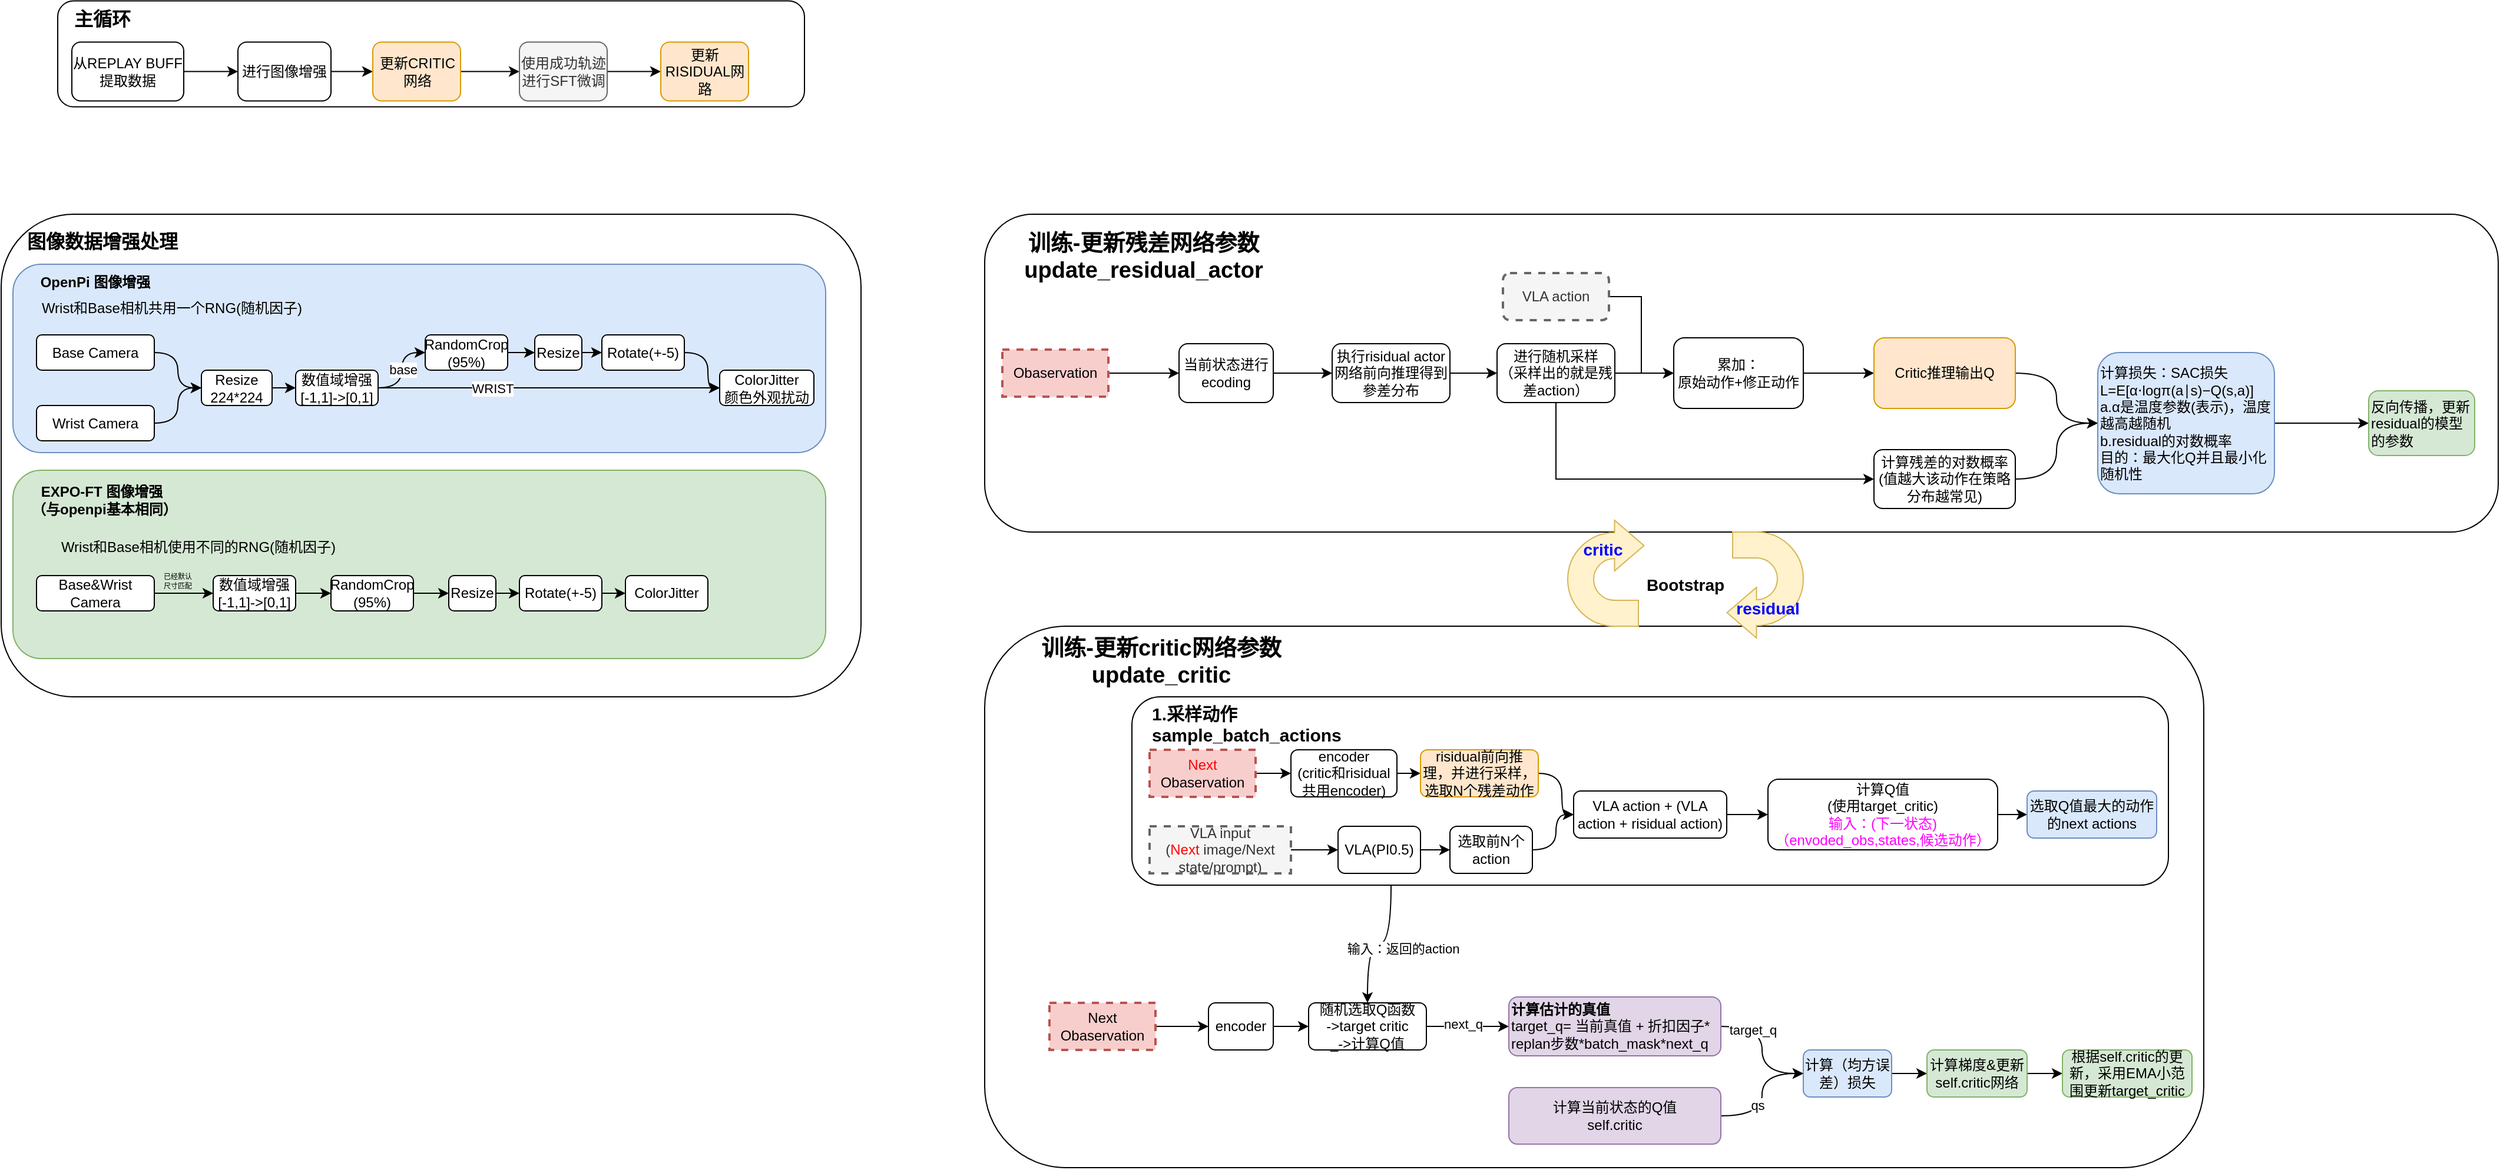
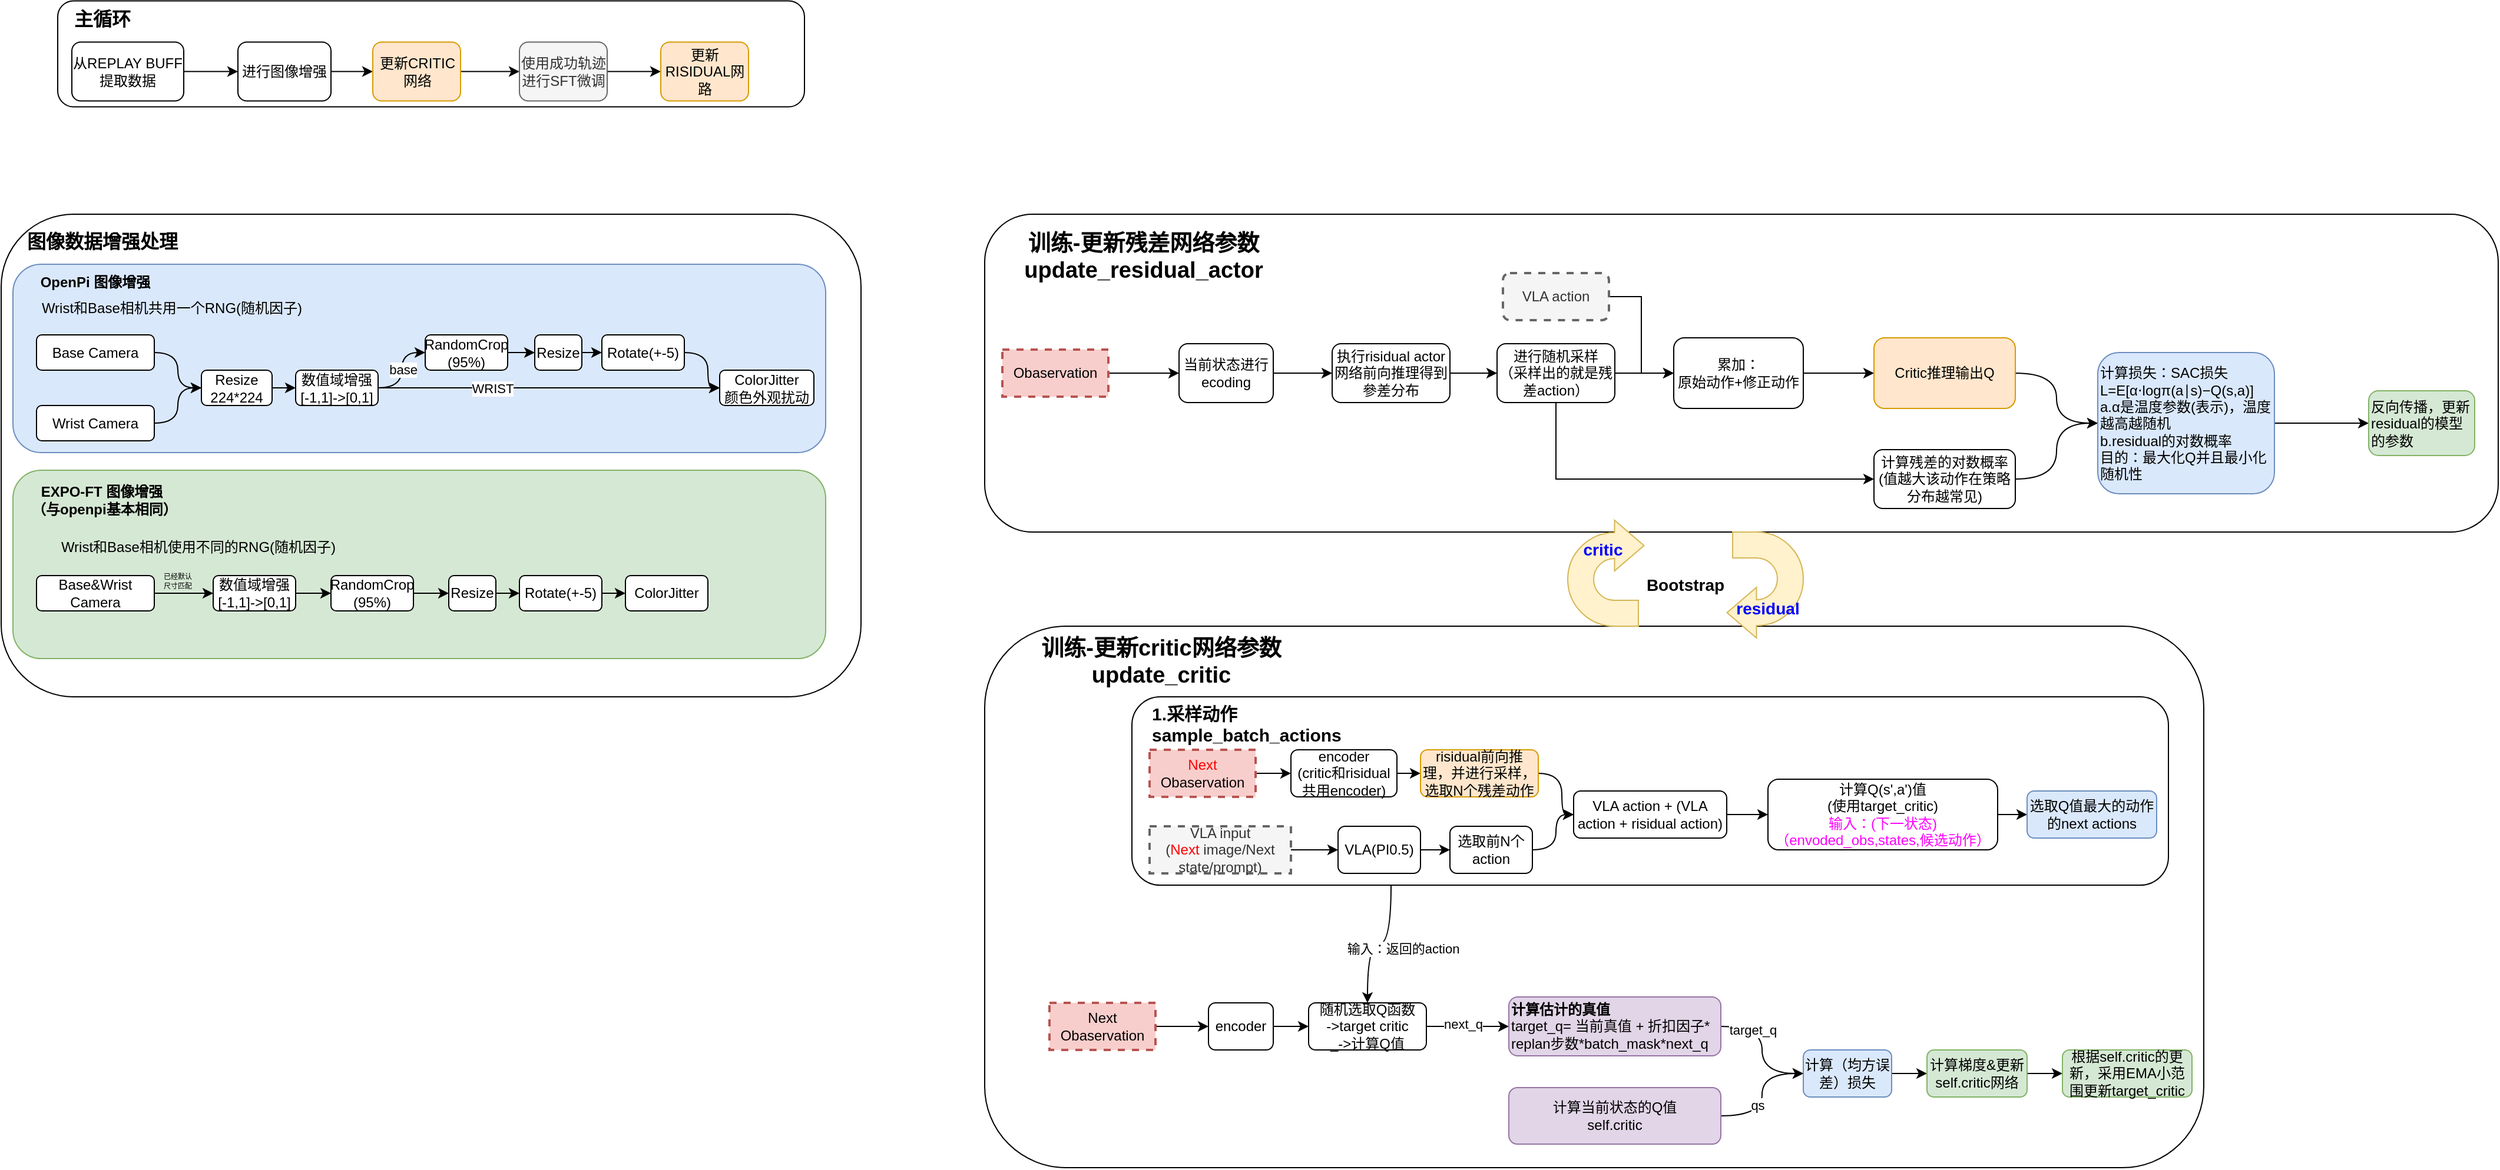
<mxfile host="app.diagrams.net">
  <diagram name="第 1 页" id="Xl2nalXjscSPXPMrPieM">
    <mxGraphModel dx="2328" dy="1052" grid="1" gridSize="10" guides="1" tooltips="1" connect="1" arrows="1" fold="1" page="1" pageScale="1" pageWidth="827" pageHeight="1169" math="0" shadow="0">
      <root>
        <mxCell id="0" />
        <mxCell id="1" parent="0" />
        <mxCell id="5m5IZYSdE89hOnIhnB_D-146" parent="1" style="rounded=1;whiteSpace=wrap;html=1;" value="" vertex="1">
          <mxGeometry height="90" width="634" x="-842" y="8.75" as="geometry" />
        </mxCell>
        <mxCell id="5m5IZYSdE89hOnIhnB_D-129" parent="1" style="rounded=1;whiteSpace=wrap;html=1;" value="" vertex="1">
          <mxGeometry height="410" width="730" x="-890" y="190" as="geometry" />
        </mxCell>
        <mxCell id="5m5IZYSdE89hOnIhnB_D-127" parent="1" style="rounded=1;whiteSpace=wrap;html=1;fillColor=#d5e8d4;strokeColor=#82b366;" value="" vertex="1">
          <mxGeometry height="160" width="690" x="-880" y="407.5" as="geometry" />
        </mxCell>
        <mxCell id="5m5IZYSdE89hOnIhnB_D-126" parent="1" style="rounded=1;whiteSpace=wrap;html=1;fillColor=#dae8fc;strokeColor=#6c8ebf;" value="" vertex="1">
          <mxGeometry height="160" width="690" x="-880" y="232.5" as="geometry" />
        </mxCell>
        <mxCell id="5m5IZYSdE89hOnIhnB_D-75" parent="1" style="rounded=1;whiteSpace=wrap;html=1;" value="" vertex="1">
          <mxGeometry height="460" width="1035" x="-55" y="540" as="geometry" />
        </mxCell>
        <mxCell id="5m5IZYSdE89hOnIhnB_D-59" edge="1" parent="1" source="5m5IZYSdE89hOnIhnB_D-50" style="edgeStyle=orthogonalEdgeStyle;curved=1;rounded=0;orthogonalLoop=1;jettySize=auto;html=1;exitX=0.25;exitY=1;exitDx=0;exitDy=0;entryX=0.5;entryY=0;entryDx=0;entryDy=0;" target="5m5IZYSdE89hOnIhnB_D-56">
          <mxGeometry relative="1" as="geometry" />
        </mxCell>
        <mxCell id="5m5IZYSdE89hOnIhnB_D-60" connectable="0" parent="5m5IZYSdE89hOnIhnB_D-59" style="edgeLabel;html=1;align=center;verticalAlign=middle;resizable=0;points=[];" value="输入：返回的action" vertex="1">
          <mxGeometry relative="1" x="-0.1644" y="4" as="geometry">
            <mxPoint x="10" as="offset" />
          </mxGeometry>
        </mxCell>
        <mxCell id="5m5IZYSdE89hOnIhnB_D-22" parent="1" style="rounded=1;whiteSpace=wrap;html=1;" value="" vertex="1">
          <mxGeometry height="270" width="1285" x="-55" y="190" as="geometry" />
        </mxCell>
        <mxCell id="5m5IZYSdE89hOnIhnB_D-3" edge="1" parent="1" source="5m5IZYSdE89hOnIhnB_D-1" style="edgeStyle=orthogonalEdgeStyle;rounded=0;orthogonalLoop=1;jettySize=auto;html=1;" target="5m5IZYSdE89hOnIhnB_D-2" value="">
          <mxGeometry relative="1" as="geometry" />
        </mxCell>
        <mxCell id="5m5IZYSdE89hOnIhnB_D-1" parent="1" style="rounded=1;whiteSpace=wrap;html=1;" value="当前状态进行ecoding" vertex="1">
          <mxGeometry height="50" width="80" x="110" y="300" as="geometry" />
        </mxCell>
        <mxCell id="5m5IZYSdE89hOnIhnB_D-5" edge="1" parent="1" source="5m5IZYSdE89hOnIhnB_D-2" style="edgeStyle=orthogonalEdgeStyle;rounded=0;orthogonalLoop=1;jettySize=auto;html=1;" target="5m5IZYSdE89hOnIhnB_D-4" value="">
          <mxGeometry relative="1" as="geometry" />
        </mxCell>
        <mxCell id="5m5IZYSdE89hOnIhnB_D-2" parent="1" style="rounded=1;whiteSpace=wrap;html=1;" value="执行risidual actor网络前向推理得到參差分布" vertex="1">
          <mxGeometry height="50" width="100" x="240" y="300" as="geometry" />
        </mxCell>
        <mxCell id="5m5IZYSdE89hOnIhnB_D-7" edge="1" parent="1" source="5m5IZYSdE89hOnIhnB_D-4" style="edgeStyle=orthogonalEdgeStyle;rounded=0;orthogonalLoop=1;jettySize=auto;html=1;exitX=0.5;exitY=1;exitDx=0;exitDy=0;entryX=0;entryY=0.5;entryDx=0;entryDy=0;" target="5m5IZYSdE89hOnIhnB_D-6" value="">
          <mxGeometry relative="1" as="geometry" />
        </mxCell>
        <mxCell id="5m5IZYSdE89hOnIhnB_D-14" edge="1" parent="1" source="5m5IZYSdE89hOnIhnB_D-4" style="edgeStyle=orthogonalEdgeStyle;rounded=0;orthogonalLoop=1;jettySize=auto;html=1;exitX=1;exitY=0.5;exitDx=0;exitDy=0;entryX=0;entryY=0.5;entryDx=0;entryDy=0;" target="5m5IZYSdE89hOnIhnB_D-12">
          <mxGeometry relative="1" as="geometry" />
        </mxCell>
        <mxCell id="5m5IZYSdE89hOnIhnB_D-4" parent="1" style="rounded=1;whiteSpace=wrap;html=1;" value="进行随机采样&lt;br&gt;（采样出的就是残差action）" vertex="1">
          <mxGeometry height="50" width="100" x="380" y="300" as="geometry" />
        </mxCell>
        <mxCell id="5m5IZYSdE89hOnIhnB_D-19" edge="1" parent="1" source="5m5IZYSdE89hOnIhnB_D-6" style="edgeStyle=orthogonalEdgeStyle;rounded=0;orthogonalLoop=1;jettySize=auto;html=1;exitX=1;exitY=0.5;exitDx=0;exitDy=0;entryX=0;entryY=0.5;entryDx=0;entryDy=0;curved=1;" target="5m5IZYSdE89hOnIhnB_D-17">
          <mxGeometry relative="1" as="geometry" />
        </mxCell>
        <mxCell id="5m5IZYSdE89hOnIhnB_D-6" parent="1" style="rounded=1;whiteSpace=wrap;html=1;" value="计算残差的对数概率&lt;br&gt;(值越大该动作在策略分布越常见)" vertex="1">
          <mxGeometry height="50" width="120" x="700" y="390" as="geometry" />
        </mxCell>
        <mxCell id="5m5IZYSdE89hOnIhnB_D-9" edge="1" parent="1" source="5m5IZYSdE89hOnIhnB_D-8" style="edgeStyle=orthogonalEdgeStyle;rounded=0;orthogonalLoop=1;jettySize=auto;html=1;exitX=1;exitY=0.5;exitDx=0;exitDy=0;entryX=0;entryY=0.5;entryDx=0;entryDy=0;" target="5m5IZYSdE89hOnIhnB_D-1">
          <mxGeometry relative="1" as="geometry" />
        </mxCell>
        <mxCell id="5m5IZYSdE89hOnIhnB_D-8" parent="1" style="rounded=0;whiteSpace=wrap;html=1;fillColor=#f8cecc;strokeColor=#b85450;dashed=1;strokeWidth=2;" value="Obaservation" vertex="1">
          <mxGeometry height="40" width="90" x="-40" y="305" as="geometry" />
        </mxCell>
        <mxCell id="5m5IZYSdE89hOnIhnB_D-13" edge="1" parent="1" source="5m5IZYSdE89hOnIhnB_D-10" style="edgeStyle=orthogonalEdgeStyle;rounded=0;orthogonalLoop=1;jettySize=auto;html=1;exitX=1;exitY=0.5;exitDx=0;exitDy=0;entryX=0;entryY=0.5;entryDx=0;entryDy=0;" target="5m5IZYSdE89hOnIhnB_D-12">
          <mxGeometry relative="1" as="geometry" />
        </mxCell>
        <mxCell id="5m5IZYSdE89hOnIhnB_D-10" parent="1" style="rounded=1;whiteSpace=wrap;html=1;fillColor=#f5f5f5;fontColor=#333333;strokeColor=#666666;dashed=1;strokeWidth=2;" value="VLA action" vertex="1">
          <mxGeometry height="40" width="90" x="385" y="240" as="geometry" />
        </mxCell>
        <mxCell id="5m5IZYSdE89hOnIhnB_D-16" edge="1" parent="1" source="5m5IZYSdE89hOnIhnB_D-12" style="edgeStyle=orthogonalEdgeStyle;rounded=0;orthogonalLoop=1;jettySize=auto;html=1;exitX=1;exitY=0.5;exitDx=0;exitDy=0;entryX=0;entryY=0.5;entryDx=0;entryDy=0;" target="5m5IZYSdE89hOnIhnB_D-15">
          <mxGeometry relative="1" as="geometry" />
        </mxCell>
        <mxCell id="5m5IZYSdE89hOnIhnB_D-12" parent="1" style="rounded=1;whiteSpace=wrap;html=1;" value="累加：&lt;br&gt;原始动作+修正动作" vertex="1">
          <mxGeometry height="60" width="110" x="530" y="295" as="geometry" />
        </mxCell>
        <mxCell id="5m5IZYSdE89hOnIhnB_D-18" edge="1" parent="1" source="5m5IZYSdE89hOnIhnB_D-15" style="edgeStyle=orthogonalEdgeStyle;rounded=0;orthogonalLoop=1;jettySize=auto;html=1;exitX=1;exitY=0.5;exitDx=0;exitDy=0;entryX=0;entryY=0.5;entryDx=0;entryDy=0;curved=1;" target="5m5IZYSdE89hOnIhnB_D-17">
          <mxGeometry relative="1" as="geometry" />
        </mxCell>
        <mxCell id="5m5IZYSdE89hOnIhnB_D-15" parent="1" style="rounded=1;whiteSpace=wrap;html=1;fillColor=#ffe6cc;strokeColor=#d79b00;" value="Critic推理输出Q" vertex="1">
          <mxGeometry height="60" width="120" x="700" y="295" as="geometry" />
        </mxCell>
        <mxCell id="5m5IZYSdE89hOnIhnB_D-21" edge="1" parent="1" source="5m5IZYSdE89hOnIhnB_D-17" style="edgeStyle=orthogonalEdgeStyle;curved=1;rounded=0;orthogonalLoop=1;jettySize=auto;html=1;" target="5m5IZYSdE89hOnIhnB_D-20" value="">
          <mxGeometry relative="1" as="geometry" />
        </mxCell>
        <mxCell id="5m5IZYSdE89hOnIhnB_D-17" parent="1" style="rounded=1;whiteSpace=wrap;html=1;align=left;fillColor=#dae8fc;strokeColor=#6c8ebf;" value="计算损失：SAC损失&lt;br&gt;L=E[α⋅logπ(a∣s)−Q(s,a)]&lt;div&gt;a.α是温度参数(表示)，温度越高越随机&lt;br&gt;b.residual的对数概率&lt;br&gt;目的：最大化Q并且最小化随机性&lt;/div&gt;" vertex="1">
          <mxGeometry height="120" width="150" x="890" y="307.5" as="geometry" />
        </mxCell>
        <mxCell id="5m5IZYSdE89hOnIhnB_D-20" parent="1" style="rounded=1;whiteSpace=wrap;html=1;align=left;fillColor=#d5e8d4;strokeColor=#82b366;" value="反向传播，更新residual的模型的参数" vertex="1">
          <mxGeometry height="55" width="90" x="1120" y="340" as="geometry" />
        </mxCell>
        <mxCell id="5m5IZYSdE89hOnIhnB_D-23" parent="1" style="text;html=1;whiteSpace=wrap;strokeColor=none;fillColor=none;align=center;verticalAlign=middle;rounded=0;fontStyle=1;fontSize=19;" value="&lt;br&gt;训练-更新残差网络参数update_residual_actor" vertex="1">
          <mxGeometry height="30" width="220" x="-30" y="200" as="geometry" />
        </mxCell>
        <mxCell id="5m5IZYSdE89hOnIhnB_D-55" edge="1" parent="1" source="5m5IZYSdE89hOnIhnB_D-53" style="edgeStyle=orthogonalEdgeStyle;curved=1;rounded=0;orthogonalLoop=1;jettySize=auto;html=1;exitX=1;exitY=0.5;exitDx=0;exitDy=0;entryX=0;entryY=0.5;entryDx=0;entryDy=0;" target="5m5IZYSdE89hOnIhnB_D-54">
          <mxGeometry relative="1" as="geometry" />
        </mxCell>
        <mxCell id="5m5IZYSdE89hOnIhnB_D-53" parent="1" style="rounded=0;whiteSpace=wrap;html=1;fillColor=#f8cecc;strokeColor=#b85450;dashed=1;strokeWidth=2;" value="Next&lt;br&gt;Obaservation" vertex="1">
          <mxGeometry height="40" width="90" y="860" as="geometry" />
        </mxCell>
        <mxCell id="5m5IZYSdE89hOnIhnB_D-57" edge="1" parent="1" source="5m5IZYSdE89hOnIhnB_D-54" style="edgeStyle=orthogonalEdgeStyle;curved=1;rounded=0;orthogonalLoop=1;jettySize=auto;html=1;" target="5m5IZYSdE89hOnIhnB_D-56" value="">
          <mxGeometry relative="1" as="geometry" />
        </mxCell>
        <mxCell id="5m5IZYSdE89hOnIhnB_D-54" parent="1" style="rounded=1;whiteSpace=wrap;html=1;strokeWidth=1;" value="encoder" vertex="1">
          <mxGeometry height="40" width="55" x="135" y="860" as="geometry" />
        </mxCell>
        <mxCell id="5m5IZYSdE89hOnIhnB_D-64" edge="1" parent="1" source="5m5IZYSdE89hOnIhnB_D-56" style="edgeStyle=orthogonalEdgeStyle;curved=1;rounded=0;orthogonalLoop=1;jettySize=auto;html=1;" target="5m5IZYSdE89hOnIhnB_D-63" value="">
          <mxGeometry relative="1" as="geometry" />
        </mxCell>
        <mxCell id="5m5IZYSdE89hOnIhnB_D-65" connectable="0" parent="5m5IZYSdE89hOnIhnB_D-64" style="edgeLabel;html=1;align=center;verticalAlign=middle;resizable=0;points=[];" value="next_q" vertex="1">
          <mxGeometry relative="1" x="-0.1202" y="2" as="geometry">
            <mxPoint as="offset" />
          </mxGeometry>
        </mxCell>
        <mxCell id="5m5IZYSdE89hOnIhnB_D-56" parent="1" style="rounded=1;whiteSpace=wrap;html=1;strokeWidth=1;" value="随机选取Q函数&lt;br&gt;-&amp;gt;target critic&lt;div&gt;_-&amp;gt;计算Q值&lt;/div&gt;" vertex="1">
          <mxGeometry height="40" width="100" x="220" y="860" as="geometry" />
        </mxCell>
        <mxCell id="5m5IZYSdE89hOnIhnB_D-67" edge="1" parent="1" source="5m5IZYSdE89hOnIhnB_D-63" style="edgeStyle=orthogonalEdgeStyle;curved=1;rounded=0;orthogonalLoop=1;jettySize=auto;html=1;" target="5m5IZYSdE89hOnIhnB_D-66" value="">
          <mxGeometry relative="1" as="geometry" />
        </mxCell>
        <mxCell id="5m5IZYSdE89hOnIhnB_D-70" connectable="0" parent="5m5IZYSdE89hOnIhnB_D-67" style="edgeLabel;html=1;align=center;verticalAlign=middle;resizable=0;points=[];" value="target_q" vertex="1">
          <mxGeometry relative="1" x="-0.5152" y="-3" as="geometry">
            <mxPoint as="offset" />
          </mxGeometry>
        </mxCell>
        <mxCell id="5m5IZYSdE89hOnIhnB_D-63" parent="1" style="rounded=1;whiteSpace=wrap;html=1;strokeWidth=1;align=left;fillColor=#e1d5e7;strokeColor=#9673a6;" value="&lt;b&gt;计算估计的真值&lt;/b&gt;&lt;br&gt;target_q= 当前真值 + 折扣因子* replan步数*batch_mask*next_q" vertex="1">
          <mxGeometry height="50" width="180" x="390" y="855" as="geometry" />
        </mxCell>
        <mxCell id="5m5IZYSdE89hOnIhnB_D-74" edge="1" parent="1" source="5m5IZYSdE89hOnIhnB_D-66" style="edgeStyle=orthogonalEdgeStyle;curved=1;rounded=0;orthogonalLoop=1;jettySize=auto;html=1;" target="5m5IZYSdE89hOnIhnB_D-73" value="">
          <mxGeometry relative="1" as="geometry" />
        </mxCell>
        <mxCell id="5m5IZYSdE89hOnIhnB_D-66" parent="1" style="whiteSpace=wrap;html=1;align=center;rounded=1;strokeWidth=1;fillColor=#dae8fc;strokeColor=#6c8ebf;" value="计算（均方误差）损失" vertex="1">
          <mxGeometry height="40" width="75" x="640" y="900" as="geometry" />
        </mxCell>
        <mxCell id="5m5IZYSdE89hOnIhnB_D-69" edge="1" parent="1" source="5m5IZYSdE89hOnIhnB_D-68" style="edgeStyle=orthogonalEdgeStyle;curved=1;rounded=0;orthogonalLoop=1;jettySize=auto;html=1;exitX=1;exitY=0.5;exitDx=0;exitDy=0;entryX=0;entryY=0.5;entryDx=0;entryDy=0;" target="5m5IZYSdE89hOnIhnB_D-66">
          <mxGeometry relative="1" as="geometry" />
        </mxCell>
        <mxCell id="5m5IZYSdE89hOnIhnB_D-72" connectable="0" parent="5m5IZYSdE89hOnIhnB_D-69" style="edgeLabel;html=1;align=center;verticalAlign=middle;resizable=0;points=[];" value="qs" vertex="1">
          <mxGeometry relative="1" x="-0.1592" y="4" as="geometry">
            <mxPoint as="offset" />
          </mxGeometry>
        </mxCell>
        <mxCell id="5m5IZYSdE89hOnIhnB_D-68" parent="1" style="rounded=1;whiteSpace=wrap;html=1;strokeWidth=1;fillColor=#e1d5e7;strokeColor=#9673a6;" value="计算当前状态的Q值&lt;br&gt;self.critic" vertex="1">
          <mxGeometry height="48" width="180" x="390" y="932" as="geometry" />
        </mxCell>
        <mxCell id="5m5IZYSdE89hOnIhnB_D-78" edge="1" parent="1" source="5m5IZYSdE89hOnIhnB_D-73" style="edgeStyle=orthogonalEdgeStyle;curved=1;rounded=0;orthogonalLoop=1;jettySize=auto;html=1;" target="5m5IZYSdE89hOnIhnB_D-77" value="">
          <mxGeometry relative="1" as="geometry" />
        </mxCell>
        <mxCell id="5m5IZYSdE89hOnIhnB_D-73" parent="1" style="whiteSpace=wrap;html=1;align=center;rounded=1;strokeWidth=1;fillColor=#d5e8d4;strokeColor=#82b366;" value="计算梯度&amp;amp;更新self.critic网络" vertex="1">
          <mxGeometry height="40" width="85" x="745" y="900" as="geometry" />
        </mxCell>
        <mxCell id="5m5IZYSdE89hOnIhnB_D-76" parent="1" style="text;html=1;whiteSpace=wrap;strokeColor=none;fillColor=none;align=center;verticalAlign=middle;rounded=0;fontStyle=1;fontSize=19;" value="训练-更新critic网络参数&lt;br&gt;update_critic" vertex="1">
          <mxGeometry height="40" width="220" x="-15" y="550" as="geometry" />
        </mxCell>
        <mxCell id="5m5IZYSdE89hOnIhnB_D-77" parent="1" style="whiteSpace=wrap;html=1;align=center;rounded=1;strokeWidth=1;fillColor=#d5e8d4;strokeColor=#82b366;" value="根据self.critic的更新，采用EMA小范围更新target_critic" vertex="1">
          <mxGeometry height="40" width="110" x="860" y="900" as="geometry" />
        </mxCell>
        <mxCell id="5m5IZYSdE89hOnIhnB_D-79" connectable="0" parent="1" style="group" value="" vertex="1">
          <mxGeometry height="160" width="880" x="70" y="600" as="geometry" />
        </mxCell>
        <mxCell id="5m5IZYSdE89hOnIhnB_D-50" parent="5m5IZYSdE89hOnIhnB_D-79" style="rounded=1;whiteSpace=wrap;html=1;" value="" vertex="1">
          <mxGeometry height="160" width="880" as="geometry" />
        </mxCell>
        <mxCell id="5m5IZYSdE89hOnIhnB_D-39" edge="1" parent="5m5IZYSdE89hOnIhnB_D-79" source="5m5IZYSdE89hOnIhnB_D-32" style="edgeStyle=orthogonalEdgeStyle;curved=1;rounded=0;orthogonalLoop=1;jettySize=auto;html=1;exitX=1;exitY=0.5;exitDx=0;exitDy=0;entryX=0;entryY=0.5;entryDx=0;entryDy=0;" target="5m5IZYSdE89hOnIhnB_D-38">
          <mxGeometry relative="1" as="geometry" />
        </mxCell>
        <mxCell id="5m5IZYSdE89hOnIhnB_D-32" parent="5m5IZYSdE89hOnIhnB_D-79" style="rounded=0;whiteSpace=wrap;html=1;fillColor=#f8cecc;strokeColor=#b85450;dashed=1;strokeWidth=2;" value="&lt;span style=&quot;color: rgb(255, 0, 0);&quot;&gt;Next&lt;/span&gt;&lt;br&gt;Obaservation" vertex="1">
          <mxGeometry height="40" width="90" x="15" y="45" as="geometry" />
        </mxCell>
        <mxCell id="5m5IZYSdE89hOnIhnB_D-35" edge="1" parent="5m5IZYSdE89hOnIhnB_D-79" source="5m5IZYSdE89hOnIhnB_D-33" style="edgeStyle=orthogonalEdgeStyle;curved=1;rounded=0;orthogonalLoop=1;jettySize=auto;html=1;" target="5m5IZYSdE89hOnIhnB_D-34" value="">
          <mxGeometry relative="1" as="geometry" />
        </mxCell>
        <mxCell id="5m5IZYSdE89hOnIhnB_D-33" parent="5m5IZYSdE89hOnIhnB_D-79" style="rounded=0;whiteSpace=wrap;html=1;fillColor=#f5f5f5;fontColor=#333333;strokeColor=#666666;dashed=1;strokeWidth=2;" value="VLA input&lt;br&gt;(&lt;span style=&quot;color: rgb(255, 0, 0);&quot;&gt;Next&lt;/span&gt; image/Next state/prompt)" vertex="1">
          <mxGeometry height="40" width="120" x="15" y="110" as="geometry" />
        </mxCell>
        <mxCell id="5m5IZYSdE89hOnIhnB_D-37" edge="1" parent="5m5IZYSdE89hOnIhnB_D-79" source="5m5IZYSdE89hOnIhnB_D-34" style="edgeStyle=orthogonalEdgeStyle;curved=1;rounded=0;orthogonalLoop=1;jettySize=auto;html=1;" target="5m5IZYSdE89hOnIhnB_D-36" value="">
          <mxGeometry relative="1" as="geometry" />
        </mxCell>
        <mxCell id="5m5IZYSdE89hOnIhnB_D-34" parent="5m5IZYSdE89hOnIhnB_D-79" style="rounded=1;whiteSpace=wrap;html=1;strokeWidth=1;" value="VLA(PI0.5)" vertex="1">
          <mxGeometry height="40" width="70" x="175" y="110" as="geometry" />
        </mxCell>
        <mxCell id="5m5IZYSdE89hOnIhnB_D-44" edge="1" parent="5m5IZYSdE89hOnIhnB_D-79" source="5m5IZYSdE89hOnIhnB_D-36" style="edgeStyle=orthogonalEdgeStyle;curved=1;rounded=0;orthogonalLoop=1;jettySize=auto;html=1;exitX=1;exitY=0.5;exitDx=0;exitDy=0;entryX=0;entryY=0.5;entryDx=0;entryDy=0;" target="5m5IZYSdE89hOnIhnB_D-43">
          <mxGeometry relative="1" as="geometry" />
        </mxCell>
        <mxCell id="5m5IZYSdE89hOnIhnB_D-36" parent="5m5IZYSdE89hOnIhnB_D-79" style="rounded=1;whiteSpace=wrap;html=1;strokeWidth=1;" value="选取前N个action" vertex="1">
          <mxGeometry height="40" width="70" x="270" y="110" as="geometry" />
        </mxCell>
        <mxCell id="5m5IZYSdE89hOnIhnB_D-41" edge="1" parent="5m5IZYSdE89hOnIhnB_D-79" source="5m5IZYSdE89hOnIhnB_D-38" style="edgeStyle=orthogonalEdgeStyle;curved=1;rounded=0;orthogonalLoop=1;jettySize=auto;html=1;" target="5m5IZYSdE89hOnIhnB_D-40" value="">
          <mxGeometry relative="1" as="geometry" />
        </mxCell>
        <mxCell id="5m5IZYSdE89hOnIhnB_D-38" parent="5m5IZYSdE89hOnIhnB_D-79" style="rounded=1;whiteSpace=wrap;html=1;strokeWidth=1;" value="encoder&lt;div&gt;(critic和risidual共用encoder)&lt;/div&gt;" vertex="1">
          <mxGeometry height="40" width="90" x="135" y="45" as="geometry" />
        </mxCell>
        <mxCell id="5m5IZYSdE89hOnIhnB_D-45" edge="1" parent="5m5IZYSdE89hOnIhnB_D-79" source="5m5IZYSdE89hOnIhnB_D-40" style="edgeStyle=orthogonalEdgeStyle;curved=1;rounded=0;orthogonalLoop=1;jettySize=auto;html=1;exitX=1;exitY=0.5;exitDx=0;exitDy=0;entryX=0;entryY=0.5;entryDx=0;entryDy=0;" target="5m5IZYSdE89hOnIhnB_D-43">
          <mxGeometry relative="1" as="geometry" />
        </mxCell>
        <mxCell id="5m5IZYSdE89hOnIhnB_D-40" parent="5m5IZYSdE89hOnIhnB_D-79" style="rounded=1;whiteSpace=wrap;html=1;strokeWidth=1;fillColor=#ffe6cc;strokeColor=#d79b00;" value="risidual前向推理，并进行采样，选取N个残差动作" vertex="1">
          <mxGeometry height="40" width="100" x="245" y="45" as="geometry" />
        </mxCell>
        <mxCell id="5m5IZYSdE89hOnIhnB_D-47" edge="1" parent="5m5IZYSdE89hOnIhnB_D-79" source="5m5IZYSdE89hOnIhnB_D-43" style="edgeStyle=orthogonalEdgeStyle;curved=1;rounded=0;orthogonalLoop=1;jettySize=auto;html=1;exitX=1;exitY=0.5;exitDx=0;exitDy=0;entryX=0;entryY=0.5;entryDx=0;entryDy=0;" target="5m5IZYSdE89hOnIhnB_D-46">
          <mxGeometry relative="1" as="geometry" />
        </mxCell>
        <mxCell id="5m5IZYSdE89hOnIhnB_D-43" parent="5m5IZYSdE89hOnIhnB_D-79" style="rounded=1;whiteSpace=wrap;html=1;strokeWidth=1;" value="VLA action + (VLA action + risidual action)" vertex="1">
          <mxGeometry height="40" width="130" x="375" y="80" as="geometry" />
        </mxCell>
        <mxCell id="5m5IZYSdE89hOnIhnB_D-49" edge="1" parent="5m5IZYSdE89hOnIhnB_D-79" source="5m5IZYSdE89hOnIhnB_D-46" style="edgeStyle=orthogonalEdgeStyle;curved=1;rounded=0;orthogonalLoop=1;jettySize=auto;html=1;" target="5m5IZYSdE89hOnIhnB_D-48" value="">
          <mxGeometry relative="1" as="geometry" />
        </mxCell>
-         <mxCell id="5m5IZYSdE89hOnIhnB_D-46" parent="5m5IZYSdE89hOnIhnB_D-79" style="rounded=1;whiteSpace=wrap;html=1;strokeWidth=1;" value="计算Q值&lt;br&gt;(使用target_critic)&lt;br&gt;&lt;span style=&quot;color: rgb(255, 0, 255);&quot;&gt;输入：(下一状态)&lt;br&gt;（envoded_obs,states,候选动作）&lt;/span&gt;" vertex="1">
+         <mxCell id="5m5IZYSdE89hOnIhnB_D-46" parent="5m5IZYSdE89hOnIhnB_D-79" style="rounded=1;whiteSpace=wrap;html=1;strokeWidth=1;" value="计算Q(s&#39;,a&#39;)值&lt;br&gt;(使用target_critic)&lt;br&gt;&lt;span style=&quot;color: rgb(255, 0, 255);&quot;&gt;输入：(下一状态)&lt;br&gt;（envoded_obs,states,候选动作）&lt;/span&gt;" vertex="1">
          <mxGeometry height="60" width="195" x="540" y="70" as="geometry" />
        </mxCell>
        <mxCell id="5m5IZYSdE89hOnIhnB_D-48" parent="5m5IZYSdE89hOnIhnB_D-79" style="rounded=1;whiteSpace=wrap;html=1;strokeWidth=1;fillColor=#dae8fc;strokeColor=#6c8ebf;" value="选取Q值最大的动作&lt;br&gt;的next actions" vertex="1">
          <mxGeometry height="40" width="110" x="760" y="80" as="geometry" />
        </mxCell>
        <mxCell id="5m5IZYSdE89hOnIhnB_D-51" parent="5m5IZYSdE89hOnIhnB_D-79" style="text;html=1;whiteSpace=wrap;strokeColor=none;fillColor=none;align=left;verticalAlign=middle;rounded=0;fontStyle=1;fontSize=15;" value="1.采样动作&lt;br&gt;sample_batch_actions" vertex="1">
          <mxGeometry height="30" width="220" x="15" y="8" as="geometry" />
        </mxCell>
        <mxCell id="5m5IZYSdE89hOnIhnB_D-82" parent="1" style="html=1;shadow=0;dashed=0;align=center;verticalAlign=middle;shape=mxgraph.arrows2.uTurnArrow;dy=11;arrowHead=43;dx2=25;fillColor=#fff2cc;strokeColor=#d6b656;" value="" vertex="1">
          <mxGeometry height="90" width="60" x="440" y="450" as="geometry" />
        </mxCell>
        <mxCell id="5m5IZYSdE89hOnIhnB_D-83" parent="1" style="html=1;shadow=0;dashed=0;align=center;verticalAlign=middle;shape=mxgraph.arrows2.uTurnArrow;dy=11;arrowHead=43;dx2=25;rotation=-180;fillColor=#fff2cc;strokeColor=#d6b656;" value="&amp;nbsp; " vertex="1">
          <mxGeometry height="90" width="60" x="580" y="460" as="geometry" />
        </mxCell>
        <mxCell id="5m5IZYSdE89hOnIhnB_D-84" parent="1" style="text;html=1;whiteSpace=wrap;strokeColor=none;fillColor=none;align=center;verticalAlign=middle;rounded=0;fontStyle=1;fontSize=14;" value="Bootstrap" vertex="1">
          <mxGeometry height="30" width="60" x="510" y="490" as="geometry" />
        </mxCell>
        <mxCell id="5m5IZYSdE89hOnIhnB_D-85" parent="1" style="text;html=1;whiteSpace=wrap;strokeColor=none;fillColor=none;align=center;verticalAlign=middle;rounded=0;fontStyle=1;fontColor=#0000FF;fontSize=14;" value="critic" vertex="1">
          <mxGeometry height="30" width="60" x="440" y="460" as="geometry" />
        </mxCell>
        <mxCell id="5m5IZYSdE89hOnIhnB_D-86" parent="1" style="text;html=1;whiteSpace=wrap;strokeColor=none;fillColor=none;align=center;verticalAlign=middle;rounded=0;fontStyle=1;fontColor=#0000FF;fontSize=14;" value="residual" vertex="1">
          <mxGeometry height="30" width="60" x="580" y="510" as="geometry" />
        </mxCell>
        <mxCell id="5m5IZYSdE89hOnIhnB_D-99" edge="1" parent="1" source="5m5IZYSdE89hOnIhnB_D-87" style="edgeStyle=orthogonalEdgeStyle;curved=1;rounded=0;orthogonalLoop=1;jettySize=auto;html=1;exitX=1;exitY=0.5;exitDx=0;exitDy=0;entryX=0;entryY=0.5;entryDx=0;entryDy=0;" target="5m5IZYSdE89hOnIhnB_D-89">
          <mxGeometry relative="1" as="geometry" />
        </mxCell>
        <mxCell id="5m5IZYSdE89hOnIhnB_D-87" parent="1" style="rounded=1;whiteSpace=wrap;html=1;" value="Base Camera" vertex="1">
          <mxGeometry height="30" width="100" x="-860" y="292.5" as="geometry" />
        </mxCell>
        <mxCell id="5m5IZYSdE89hOnIhnB_D-98" edge="1" parent="1" source="5m5IZYSdE89hOnIhnB_D-88" style="edgeStyle=orthogonalEdgeStyle;curved=1;rounded=0;orthogonalLoop=1;jettySize=auto;html=1;exitX=1;exitY=0.5;exitDx=0;exitDy=0;entryX=0;entryY=0.5;entryDx=0;entryDy=0;" target="5m5IZYSdE89hOnIhnB_D-89">
          <mxGeometry relative="1" as="geometry" />
        </mxCell>
        <mxCell id="5m5IZYSdE89hOnIhnB_D-88" parent="1" style="rounded=1;whiteSpace=wrap;html=1;" value="Wrist Camera" vertex="1">
          <mxGeometry height="30" width="100" x="-860" y="352.5" as="geometry" />
        </mxCell>
        <mxCell id="5m5IZYSdE89hOnIhnB_D-108" edge="1" parent="1" source="5m5IZYSdE89hOnIhnB_D-89" style="edgeStyle=orthogonalEdgeStyle;curved=1;rounded=0;orthogonalLoop=1;jettySize=auto;html=1;" target="5m5IZYSdE89hOnIhnB_D-107" value="">
          <mxGeometry relative="1" as="geometry" />
        </mxCell>
        <mxCell id="5m5IZYSdE89hOnIhnB_D-89" parent="1" style="rounded=1;whiteSpace=wrap;html=1;" value="Resize&lt;div&gt;224*224&lt;/div&gt;" vertex="1">
          <mxGeometry height="30" width="60" x="-720" y="322.5" as="geometry" />
        </mxCell>
        <mxCell id="5m5IZYSdE89hOnIhnB_D-92" edge="1" parent="1" source="5m5IZYSdE89hOnIhnB_D-90" style="edgeStyle=orthogonalEdgeStyle;curved=1;rounded=0;orthogonalLoop=1;jettySize=auto;html=1;" target="5m5IZYSdE89hOnIhnB_D-91" value="">
          <mxGeometry relative="1" as="geometry" />
        </mxCell>
        <mxCell id="5m5IZYSdE89hOnIhnB_D-90" parent="1" style="rounded=1;whiteSpace=wrap;html=1;" value="RandomCrop&lt;br&gt;(95%)" vertex="1">
          <mxGeometry height="30" width="70" x="-530" y="292.5" as="geometry" />
        </mxCell>
        <mxCell id="5m5IZYSdE89hOnIhnB_D-94" edge="1" parent="1" source="5m5IZYSdE89hOnIhnB_D-91" style="edgeStyle=orthogonalEdgeStyle;curved=1;rounded=0;orthogonalLoop=1;jettySize=auto;html=1;" target="5m5IZYSdE89hOnIhnB_D-93" value="">
          <mxGeometry relative="1" as="geometry" />
        </mxCell>
        <mxCell id="5m5IZYSdE89hOnIhnB_D-91" parent="1" style="rounded=1;whiteSpace=wrap;html=1;" value="Resize" vertex="1">
          <mxGeometry height="30" width="40" x="-437" y="292.5" as="geometry" />
        </mxCell>
        <mxCell id="5m5IZYSdE89hOnIhnB_D-96" edge="1" parent="1" source="5m5IZYSdE89hOnIhnB_D-93" style="edgeStyle=orthogonalEdgeStyle;curved=1;rounded=0;orthogonalLoop=1;jettySize=auto;html=1;" target="5m5IZYSdE89hOnIhnB_D-95" value="">
          <mxGeometry relative="1" as="geometry" />
        </mxCell>
        <mxCell id="5m5IZYSdE89hOnIhnB_D-93" parent="1" style="rounded=1;whiteSpace=wrap;html=1;" value="Rotate(+-5)" vertex="1">
          <mxGeometry height="30" width="70" x="-380" y="292.5" as="geometry" />
        </mxCell>
        <mxCell id="5m5IZYSdE89hOnIhnB_D-95" parent="1" style="rounded=1;whiteSpace=wrap;html=1;" value="ColorJitter&lt;br&gt;颜色外观扰动" vertex="1">
          <mxGeometry height="30" width="80" x="-280" y="322.5" as="geometry" />
        </mxCell>
        <mxCell id="5m5IZYSdE89hOnIhnB_D-103" parent="1" style="text;html=1;whiteSpace=wrap;strokeColor=none;fillColor=none;align=center;verticalAlign=middle;rounded=0;" value="Wrist和Base相机共用一个RNG(随机因子)" vertex="1">
          <mxGeometry height="20" width="230" x="-860" y="260" as="geometry" />
        </mxCell>
        <mxCell id="5m5IZYSdE89hOnIhnB_D-105" parent="1" style="text;html=1;whiteSpace=wrap;strokeColor=none;fillColor=none;align=center;verticalAlign=middle;rounded=0;fontStyle=1" value="OpenPi 图像增强" vertex="1">
          <mxGeometry height="20" width="110" x="-865" y="237.5" as="geometry" />
        </mxCell>
        <mxCell id="5m5IZYSdE89hOnIhnB_D-106" parent="1" style="text;html=1;whiteSpace=wrap;strokeColor=none;fillColor=none;align=center;verticalAlign=middle;rounded=0;fontStyle=1" value="EXPO-FT 图像增强&lt;br&gt;（与openpi基本相同）" vertex="1">
          <mxGeometry height="20" width="121" x="-865" y="422.5" as="geometry" />
        </mxCell>
        <mxCell id="5m5IZYSdE89hOnIhnB_D-109" edge="1" parent="1" source="5m5IZYSdE89hOnIhnB_D-107" style="edgeStyle=orthogonalEdgeStyle;curved=1;rounded=0;orthogonalLoop=1;jettySize=auto;html=1;exitX=1;exitY=0.5;exitDx=0;exitDy=0;entryX=0;entryY=0.5;entryDx=0;entryDy=0;" target="5m5IZYSdE89hOnIhnB_D-90">
          <mxGeometry relative="1" as="geometry" />
        </mxCell>
        <mxCell id="5m5IZYSdE89hOnIhnB_D-110" connectable="0" parent="5m5IZYSdE89hOnIhnB_D-109" style="edgeLabel;html=1;align=center;verticalAlign=middle;resizable=0;points=[];" value="base" vertex="1">
          <mxGeometry relative="1" x="0.0335" y="-1" as="geometry">
            <mxPoint as="offset" />
          </mxGeometry>
        </mxCell>
        <mxCell id="5m5IZYSdE89hOnIhnB_D-133" edge="1" parent="1" source="5m5IZYSdE89hOnIhnB_D-107" style="edgeStyle=orthogonalEdgeStyle;curved=1;rounded=0;orthogonalLoop=1;jettySize=auto;html=1;exitX=1;exitY=0.5;exitDx=0;exitDy=0;entryX=0;entryY=0.5;entryDx=0;entryDy=0;" target="5m5IZYSdE89hOnIhnB_D-95">
          <mxGeometry relative="1" as="geometry" />
        </mxCell>
        <mxCell id="5m5IZYSdE89hOnIhnB_D-134" connectable="0" parent="5m5IZYSdE89hOnIhnB_D-133" style="edgeLabel;html=1;align=center;verticalAlign=middle;resizable=0;points=[];" value="WRIST" vertex="1">
          <mxGeometry relative="1" x="-0.3337" as="geometry">
            <mxPoint as="offset" />
          </mxGeometry>
        </mxCell>
        <mxCell id="5m5IZYSdE89hOnIhnB_D-107" parent="1" style="rounded=1;whiteSpace=wrap;html=1;" value="数值域增强&lt;br&gt;[-1,1]-&amp;gt;[0,1]" vertex="1">
          <mxGeometry height="30" width="70" x="-640" y="322.5" as="geometry" />
        </mxCell>
        <mxCell id="5m5IZYSdE89hOnIhnB_D-118" edge="1" parent="1" source="5m5IZYSdE89hOnIhnB_D-113" style="edgeStyle=orthogonalEdgeStyle;curved=1;rounded=0;orthogonalLoop=1;jettySize=auto;html=1;exitX=1;exitY=0.5;exitDx=0;exitDy=0;entryX=0;entryY=0.5;entryDx=0;entryDy=0;" target="5m5IZYSdE89hOnIhnB_D-114">
          <mxGeometry relative="1" as="geometry" />
        </mxCell>
        <mxCell id="5m5IZYSdE89hOnIhnB_D-113" parent="1" style="rounded=1;whiteSpace=wrap;html=1;" value="数值域增强&lt;br&gt;[-1,1]-&amp;gt;[0,1]" vertex="1">
          <mxGeometry height="30" width="70" x="-710" y="497" as="geometry" />
        </mxCell>
        <mxCell id="5m5IZYSdE89hOnIhnB_D-119" edge="1" parent="1" source="5m5IZYSdE89hOnIhnB_D-114" style="edgeStyle=orthogonalEdgeStyle;curved=1;rounded=0;orthogonalLoop=1;jettySize=auto;html=1;exitX=1;exitY=0.5;exitDx=0;exitDy=0;entryX=0;entryY=0.5;entryDx=0;entryDy=0;" target="5m5IZYSdE89hOnIhnB_D-115">
          <mxGeometry relative="1" as="geometry" />
        </mxCell>
        <mxCell id="5m5IZYSdE89hOnIhnB_D-114" parent="1" style="rounded=1;whiteSpace=wrap;html=1;" value="RandomCrop&lt;br&gt;(95%)" vertex="1">
          <mxGeometry height="30" width="70" x="-610" y="497" as="geometry" />
        </mxCell>
        <mxCell id="5m5IZYSdE89hOnIhnB_D-120" edge="1" parent="1" source="5m5IZYSdE89hOnIhnB_D-115" style="edgeStyle=orthogonalEdgeStyle;curved=1;rounded=0;orthogonalLoop=1;jettySize=auto;html=1;exitX=1;exitY=0.5;exitDx=0;exitDy=0;entryX=0;entryY=0.5;entryDx=0;entryDy=0;" target="5m5IZYSdE89hOnIhnB_D-116">
          <mxGeometry relative="1" as="geometry" />
        </mxCell>
        <mxCell id="5m5IZYSdE89hOnIhnB_D-115" parent="1" style="rounded=1;whiteSpace=wrap;html=1;" value="Resize" vertex="1">
          <mxGeometry height="30" width="40" x="-510" y="497" as="geometry" />
        </mxCell>
        <mxCell id="5m5IZYSdE89hOnIhnB_D-121" edge="1" parent="1" source="5m5IZYSdE89hOnIhnB_D-116" style="edgeStyle=orthogonalEdgeStyle;curved=1;rounded=0;orthogonalLoop=1;jettySize=auto;html=1;exitX=1;exitY=0.5;exitDx=0;exitDy=0;entryX=0;entryY=0.5;entryDx=0;entryDy=0;" target="5m5IZYSdE89hOnIhnB_D-117">
          <mxGeometry relative="1" as="geometry" />
        </mxCell>
        <mxCell id="5m5IZYSdE89hOnIhnB_D-116" parent="1" style="rounded=1;whiteSpace=wrap;html=1;" value="Rotate(+-5)" vertex="1">
          <mxGeometry height="30" width="70" x="-450" y="497" as="geometry" />
        </mxCell>
        <mxCell id="5m5IZYSdE89hOnIhnB_D-117" parent="1" style="rounded=1;whiteSpace=wrap;html=1;" value="ColorJitter" vertex="1">
          <mxGeometry height="30" width="70" x="-360" y="497" as="geometry" />
        </mxCell>
        <mxCell id="5m5IZYSdE89hOnIhnB_D-123" edge="1" parent="1" source="5m5IZYSdE89hOnIhnB_D-122" style="edgeStyle=orthogonalEdgeStyle;curved=1;rounded=0;orthogonalLoop=1;jettySize=auto;html=1;exitX=1;exitY=0.5;exitDx=0;exitDy=0;entryX=0;entryY=0.5;entryDx=0;entryDy=0;" target="5m5IZYSdE89hOnIhnB_D-113">
          <mxGeometry relative="1" as="geometry" />
        </mxCell>
        <mxCell id="5m5IZYSdE89hOnIhnB_D-122" parent="1" style="rounded=1;whiteSpace=wrap;html=1;" value="Base&amp;amp;Wrist Camera" vertex="1">
          <mxGeometry height="30" width="100" x="-860" y="497" as="geometry" />
        </mxCell>
        <mxCell id="5m5IZYSdE89hOnIhnB_D-124" parent="1" style="text;html=1;whiteSpace=wrap;strokeColor=none;fillColor=none;align=center;verticalAlign=middle;rounded=0;fontSize=6;" value="已经默认&lt;br&gt;尺寸匹配" vertex="1">
          <mxGeometry height="30" width="60" x="-770" y="487" as="geometry" />
        </mxCell>
        <mxCell id="5m5IZYSdE89hOnIhnB_D-125" parent="1" style="text;html=1;whiteSpace=wrap;strokeColor=none;fillColor=none;align=center;verticalAlign=middle;rounded=0;" value="Wrist和Base相机使用不同的RNG(随机因子)" vertex="1">
          <mxGeometry height="20" width="265" x="-855" y="462.5" as="geometry" />
        </mxCell>
        <mxCell id="5m5IZYSdE89hOnIhnB_D-130" parent="1" style="text;html=1;whiteSpace=wrap;strokeColor=none;fillColor=none;align=center;verticalAlign=middle;rounded=0;fontStyle=1;fontSize=16;" value="图像数据增强处理" vertex="1">
          <mxGeometry height="30" width="170" x="-889.5" y="197.5" as="geometry" />
        </mxCell>
        <mxCell id="5m5IZYSdE89hOnIhnB_D-137" edge="1" parent="1" source="5m5IZYSdE89hOnIhnB_D-135" style="edgeStyle=orthogonalEdgeStyle;curved=1;rounded=0;orthogonalLoop=1;jettySize=auto;html=1;" target="5m5IZYSdE89hOnIhnB_D-136" value="">
          <mxGeometry relative="1" as="geometry" />
        </mxCell>
        <mxCell id="5m5IZYSdE89hOnIhnB_D-135" parent="1" style="rounded=1;whiteSpace=wrap;html=1;" value="从REPLAY BUFF提取数据" vertex="1">
          <mxGeometry height="50" width="95" x="-830" y="43.75" as="geometry" />
        </mxCell>
        <mxCell id="5m5IZYSdE89hOnIhnB_D-139" edge="1" parent="1" source="5m5IZYSdE89hOnIhnB_D-136" style="edgeStyle=orthogonalEdgeStyle;curved=1;rounded=0;orthogonalLoop=1;jettySize=auto;html=1;" target="5m5IZYSdE89hOnIhnB_D-138" value="">
          <mxGeometry relative="1" as="geometry" />
        </mxCell>
        <mxCell id="5m5IZYSdE89hOnIhnB_D-136" parent="1" style="rounded=1;whiteSpace=wrap;html=1;" value="进行图像增强" vertex="1">
          <mxGeometry height="50" width="79" x="-689" y="43.75" as="geometry" />
        </mxCell>
        <mxCell id="5m5IZYSdE89hOnIhnB_D-141" edge="1" parent="1" source="5m5IZYSdE89hOnIhnB_D-138" style="edgeStyle=orthogonalEdgeStyle;curved=1;rounded=0;orthogonalLoop=1;jettySize=auto;html=1;" target="5m5IZYSdE89hOnIhnB_D-140" value="">
          <mxGeometry relative="1" as="geometry" />
        </mxCell>
        <mxCell id="5m5IZYSdE89hOnIhnB_D-138" parent="1" style="rounded=1;whiteSpace=wrap;html=1;fillColor=#ffe6cc;strokeColor=#d79b00;" value="更新CRITIC网络" vertex="1">
          <mxGeometry height="50" width="74.5" x="-574.5" y="43.75" as="geometry" />
        </mxCell>
        <mxCell id="5m5IZYSdE89hOnIhnB_D-143" edge="1" parent="1" source="5m5IZYSdE89hOnIhnB_D-140" style="edgeStyle=orthogonalEdgeStyle;curved=1;rounded=0;orthogonalLoop=1;jettySize=auto;html=1;" target="5m5IZYSdE89hOnIhnB_D-142" value="">
          <mxGeometry relative="1" as="geometry" />
        </mxCell>
        <mxCell id="5m5IZYSdE89hOnIhnB_D-140" parent="1" style="rounded=1;whiteSpace=wrap;html=1;fillColor=#f5f5f5;fontColor=#333333;strokeColor=#666666;" value="使用成功轨迹进行SFT微调" vertex="1">
          <mxGeometry height="50" width="74.5" x="-450" y="43.75" as="geometry" />
        </mxCell>
        <mxCell id="5m5IZYSdE89hOnIhnB_D-142" parent="1" style="rounded=1;whiteSpace=wrap;html=1;fillColor=#ffe6cc;strokeColor=#d79b00;" value="更新RISIDUAL网路" vertex="1">
          <mxGeometry height="50" width="74.5" x="-330" y="43.75" as="geometry" />
        </mxCell>
        <mxCell id="5m5IZYSdE89hOnIhnB_D-147" parent="1" style="text;html=1;whiteSpace=wrap;strokeColor=none;fillColor=none;align=center;verticalAlign=middle;rounded=0;fontStyle=1;fontSize=16;" value="主循环" vertex="1">
          <mxGeometry height="30" width="70" x="-839.5" y="8.75" as="geometry" />
        </mxCell>
      </root>
    </mxGraphModel>
  </diagram>
</mxfile>
